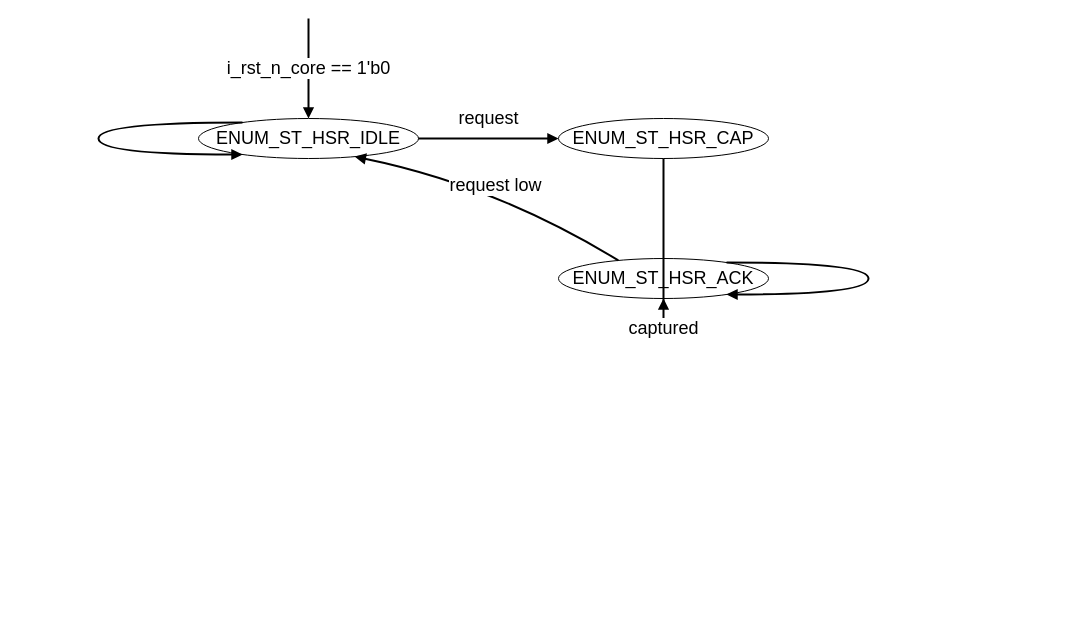
This is page "FSM_HSR" (1 of 2) of doc/ht_aes_gcm_acc/figures/aesgcm_fsm_hsr.drawio from nguyenquanicd/AES-128-256, a draw.io file, before an edit. Source tidied: cells renumbered, new cells numbered last; positions are measured from the earlier drawing's top-left corner, leaving out a move shared by most shapes. Both pictures are drawn from the tidied source at 100%, with x=0, y=0 at pixel (98, 18).
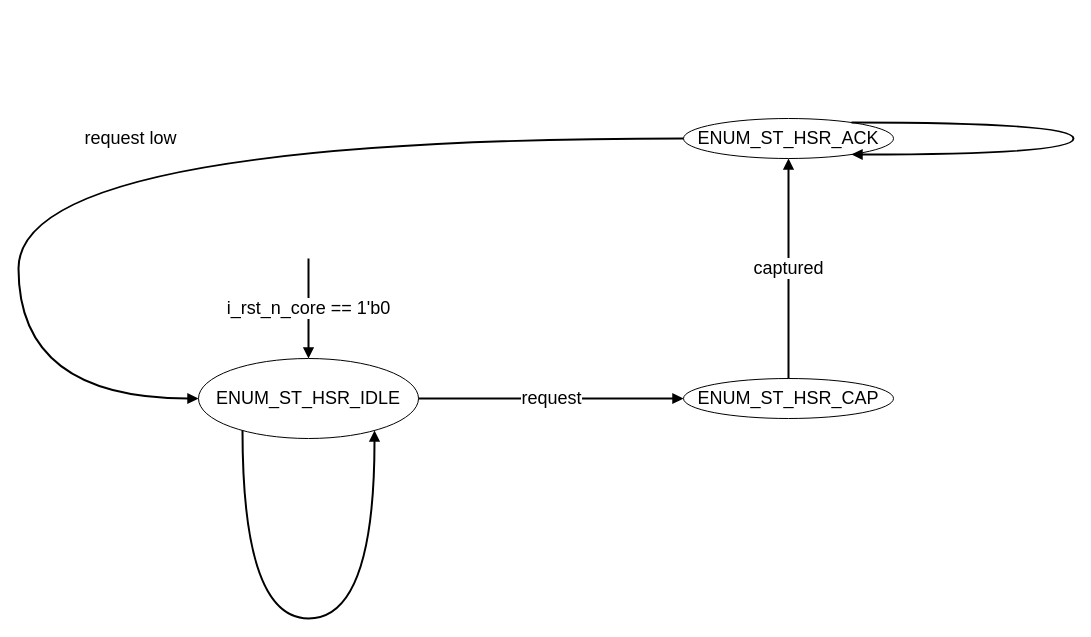
The same page after the edit.

Diff of the diagram source:
```diff
@@
     <mxCell id="2" value="ENUM_ST_HSR_IDLE" style="ellipse;whiteSpace=wrap;html=1;fontSize=18;fontColor=#000000;strokeColor=#000000;fillColor=#FFFFFF;" parent="1" vertex="1">
-      <mxGeometry x="100" y="100" width="220" height="40" as="geometry" />
+      <mxGeometry x="100" y="340" width="220" height="80" as="geometry" />
     </mxCell>
     <mxCell id="3" value="ENUM_ST_HSR_CAP" style="ellipse;whiteSpace=wrap;html=1;fontSize=18;fontColor=#000000;strokeColor=#000000;fillColor=#FFFFFF;" parent="1" vertex="1">
-      <mxGeometry x="460" y="100" width="210" height="40" as="geometry" />
+      <mxGeometry x="585" y="360" width="210" height="40" as="geometry" />
     </mxCell>
     <mxCell id="4" value="ENUM_ST_HSR_ACK" style="ellipse;whiteSpace=wrap;html=1;fontSize=18;fontColor=#000000;strokeColor=#000000;fillColor=#FFFFFF;" parent="1" vertex="1">
-      <mxGeometry x="460" y="240" width="210" height="40" as="geometry" />
+      <mxGeometry x="585" y="100" width="210" height="40" as="geometry" />
     </mxCell>
     <mxCell id="5" value="i_rst_n_core == 1'b0" style="endArrow=block;html=1;rounded=0;fontSize=18;strokeWidth=2;endFill=1;fontColor=#000000;strokeColor=#000000;fillColor=#FFFFFF;labelBackgroundColor=#FFFFFF;curved=1;entryX=0.5;entryY=0;entryPerimeter=1;" parent="1" edge="1" target="2">
       <mxGeometry relative="1" as="geometry">
-        <mxPoint x="210" as="sourcePoint" />
+        <mxPoint x="210" y="240" as="sourcePoint" />
         <Array as="points">
-          <mxPoint x="210" y="50" />
+          <mxPoint x="210" y="290" />
         </Array>
       </mxGeometry>
     </mxCell>
-    <mxCell id="6" value="request low" style="endArrow=block;html=1;rounded=0;fontSize=18;strokeWidth=2;endFill=1;fontColor=#000000;strokeColor=#000000;fillColor=#FFFFFF;labelBackgroundColor=#FFFFFF;curved=1;entryX=0.709342;entryY=0.954066;entryPerimeter=1;exitX=0.28254;exitY=0.0497655;exitPerimeter=1;" parent="1" edge="1" source="4" target="2">
+    <mxCell id="6" value="request low" style="endArrow=block;html=1;rounded=0;fontSize=18;strokeWidth=2;endFill=1;fontColor=#000000;strokeColor=#000000;fillColor=#FFFFFF;labelBackgroundColor=#FFFFFF;curved=1;entryX=0;entryY=0.5;entryPerimeter=1;exitX=0;exitY=0.5;exitPerimeter=1;" parent="1" edge="1" source="4" target="2">
       <mxGeometry relative="1" as="geometry">
         <Array as="points">
-          <mxPoint x="396.9" y="166.8" />
+          <mxPoint x="-80" y="120" />
+          <mxPoint x="-80" y="380" />
         </Array>
       </mxGeometry>
     </mxCell>
     <mxCell id="7" value="request" style="endArrow=block;html=1;rounded=0;fontSize=18;strokeWidth=2;endFill=1;fontColor=#000000;strokeColor=#000000;fillColor=#FFFFFF;labelBackgroundColor=#FFFFFF;curved=1;entryX=0;entryY=0.5;entryPerimeter=1;exitX=1;exitY=0.5;exitPerimeter=1;" parent="1" edge="1" source="2" target="3">
       <mxGeometry relative="1" as="geometry">
         <Array as="points">
-          <mxPoint x="387.5" y="120" />
+          <mxPoint x="450" y="380" />
         </Array>
-        <mxPoint y="-20" as="offset" />
       </mxGeometry>
     </mxCell>
-    <mxCell id="8" value="captured" style="endArrow=block;html=1;rounded=0;fontSize=18;strokeWidth=2;endFill=1;fontColor=#000000;strokeColor=#000000;fillColor=#FFFFFF;labelBackgroundColor=#FFFFFF;curved=1;entryX=0.5;entryY=1;entryPerimeter=1;exitX=0.5;exitY=1;exitPerimeter=1;" parent="1" edge="1" source="3" target="4">
+    <mxCell id="8" value="captured" style="endArrow=block;html=1;rounded=0;fontSize=18;strokeWidth=2;endFill=1;fontColor=#000000;strokeColor=#000000;fillColor=#FFFFFF;labelBackgroundColor=#FFFFFF;curved=1;entryX=0.5;entryY=1;entryPerimeter=1;exitX=0.5;exitY=0;exitPerimeter=1;" parent="1" edge="1" source="3" target="4">
       <mxGeometry relative="1" as="geometry">
         <Array as="points">
-          <mxPoint x="565" y="380" />
+          <mxPoint x="690" y="250" />
         </Array>
       </mxGeometry>
     </mxCell>
-    <mxCell id="9" style="endArrow=block;html=1;rounded=0;fontSize=18;strokeWidth=2;endFill=1;fontColor=#000000;strokeColor=#000000;fillColor=#FFFFFF;labelBackgroundColor=#FFFFFF;curved=1;entryX=0.2;entryY=0.9;entryPerimeter=1;exitX=0.2;exitY=0.1;exitPerimeter=1;" parent="1" edge="1" source="2" target="2">
+    <mxCell id="9" style="endArrow=block;html=1;rounded=0;fontSize=18;strokeWidth=2;endFill=1;fontColor=#000000;strokeColor=#000000;fillColor=#FFFFFF;labelBackgroundColor=#FFFFFF;curved=1;entryX=0.8;entryY=0.9;entryPerimeter=1;exitX=0.2;exitY=0.9;exitPerimeter=1;" parent="1" edge="1" source="2" target="2">
       <mxGeometry relative="1" as="geometry">
         <Array as="points">
-          <mxPoint y="104" />
-          <mxPoint y="136" />
+          <mxPoint x="144" y="600" />
+          <mxPoint x="276" y="600" />
         </Array>
       </mxGeometry>
     </mxCell>
     <mxCell id="10" style="endArrow=block;html=1;rounded=0;fontSize=18;strokeWidth=2;endFill=1;fontColor=#000000;strokeColor=#000000;fillColor=#FFFFFF;labelBackgroundColor=#FFFFFF;curved=1;entryX=0.8;entryY=0.9;entryPerimeter=1;exitX=0.8;exitY=0.1;exitPerimeter=1;" parent="1" edge="1" source="4" target="4">
       <mxGeometry relative="1" as="geometry">
         <Array as="points">
-          <mxPoint x="770" y="244" />
-          <mxPoint x="770" y="276" />
+          <mxPoint x="975" y="104" />
+          <mxPoint x="975" y="136" />
         </Array>
       </mxGeometry>
     </mxCell>
```
